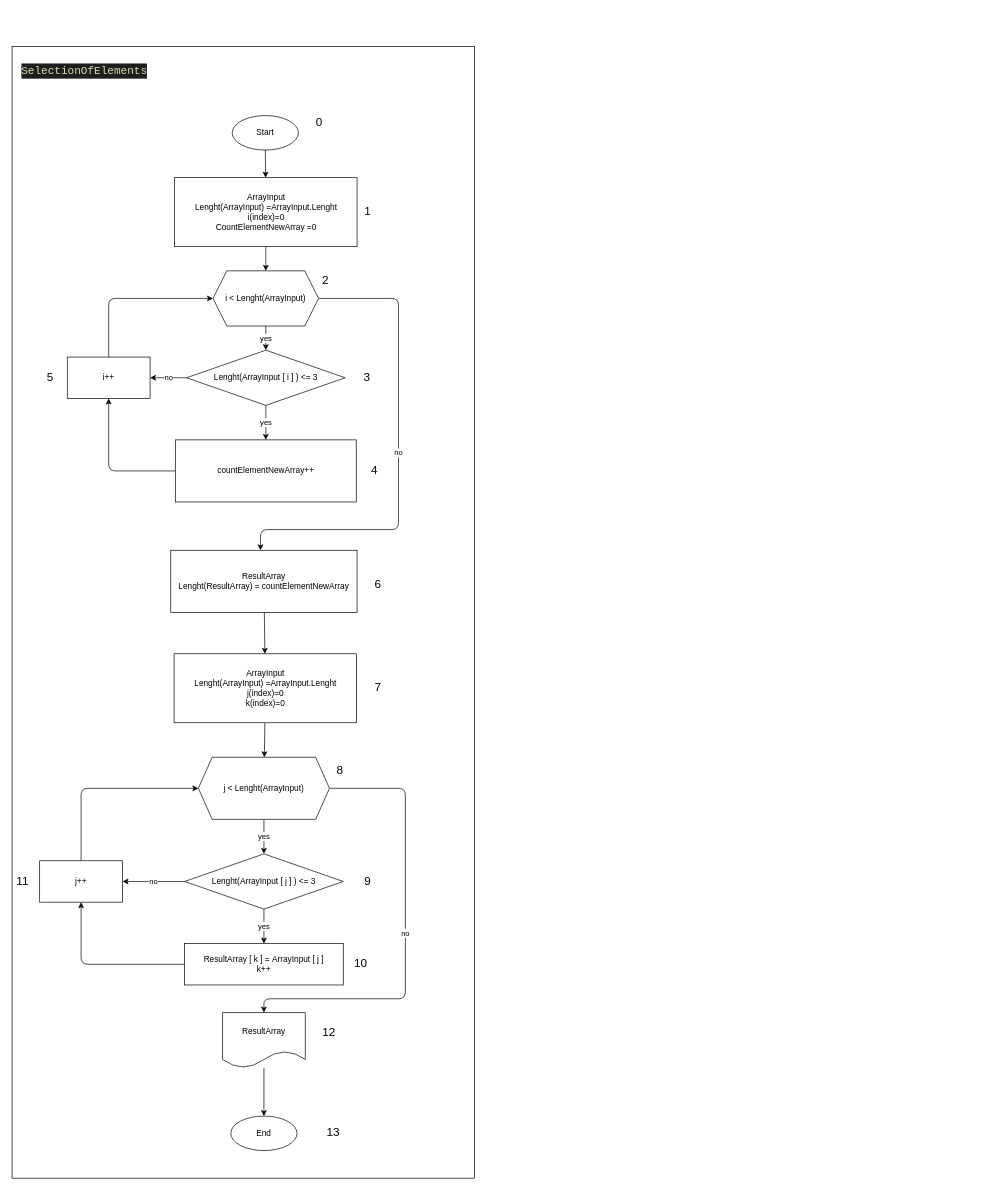
The draw.io diagram Task/al.drawio in KuroTamashiAF/Final-test-work, before the edit. Source tidied: cells renumbered, new cells numbered last; positions are measured from the earlier drawing's top-left corner, leaving out a move shared by most shapes. Both pictures are drawn from the tidied source at 69%, with x=0, y=0 at pixel (12, 46).
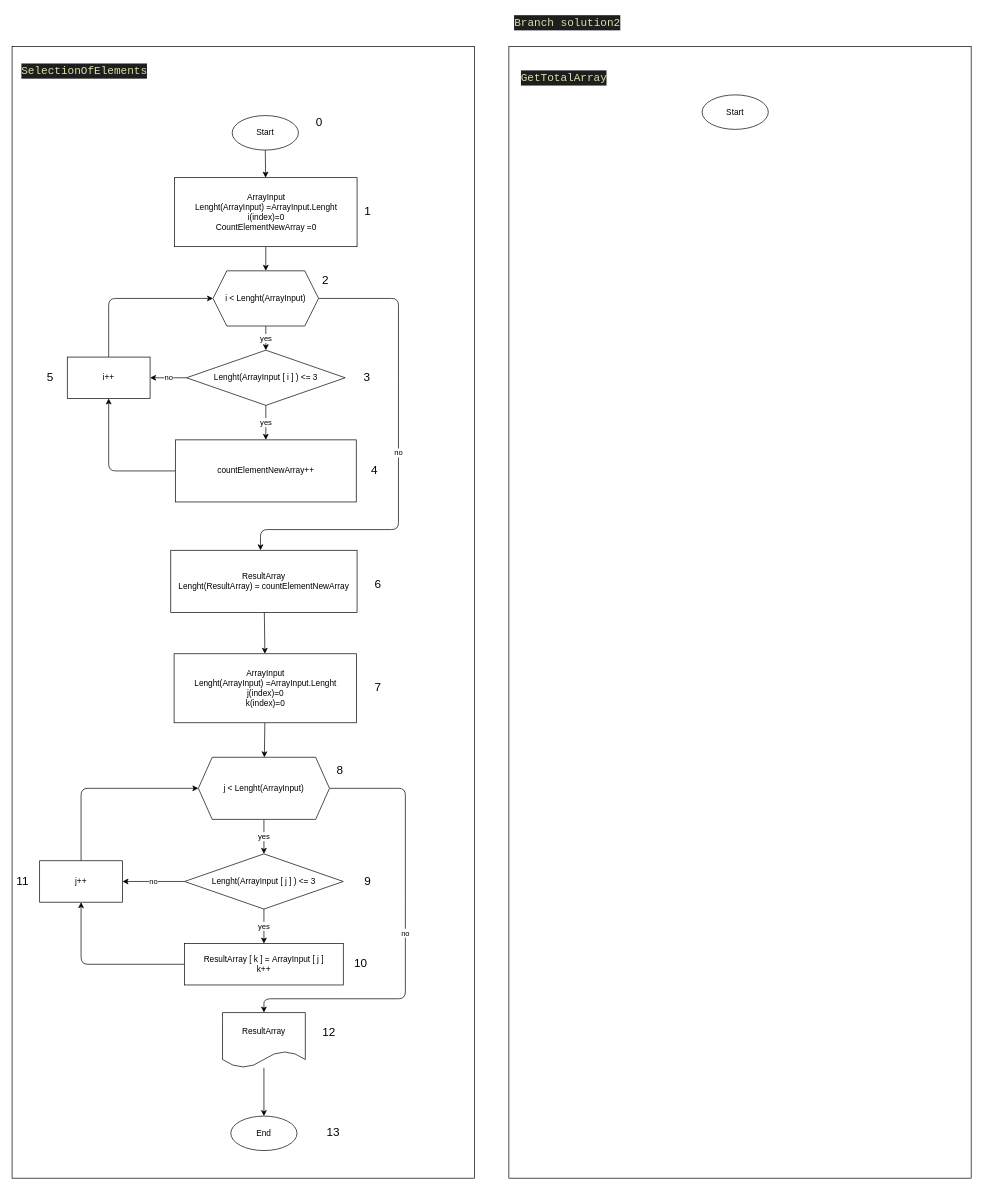
The same diagram, later.

What changed in the source:
```diff
@@
+    <mxCell id="49" style="rounded=0;whiteSpace=wrap;html=1;" parent="1" vertex="1">
+      <mxGeometry x="720" width="670" height="1640" as="geometry" />
+    </mxCell>
@@
+    <mxCell id="50" value="Start" style="ellipse;whiteSpace=wrap;html=1;" parent="1" vertex="1">
+      <mxGeometry x="1000" y="70" width="96" height="50" as="geometry" />
+    </mxCell>
+    <mxCell id="51" value="&lt;div style=&quot;color: rgb(212 , 212 , 212) ; background-color: rgb(30 , 30 , 30) ; font-family: &amp;#34;consolas&amp;#34; , &amp;#34;courier new&amp;#34; , monospace ; font-size: 16px ; line-height: 22px&quot;&gt;&lt;span style=&quot;color: #dcdcaa&quot;&gt;GetTotalArray&lt;/span&gt;&lt;/div&gt;" style="text;html=1;strokeColor=none;fillColor=none;align=center;verticalAlign=middle;whiteSpace=wrap;rounded=0;" parent="1" vertex="1">
+      <mxGeometry x="770" y="30" width="60" height="30" as="geometry" />
+    </mxCell>
+    <mxCell id="52" value="&lt;div style=&quot;background-color: rgb(30 , 30 , 30) ; font-family: &amp;#34;consolas&amp;#34; , &amp;#34;courier new&amp;#34; , monospace ; font-size: 16px ; line-height: 22px&quot;&gt;&lt;font color=&quot;#dcdcaa&quot;&gt;Branch solution2&lt;/font&gt;&lt;/div&gt;" style="text;html=1;strokeColor=none;fillColor=none;align=center;verticalAlign=middle;whiteSpace=wrap;rounded=0;" parent="1" vertex="1">
+      <mxGeometry x="720" y="-50" width="170" height="30" as="geometry" />
+    </mxCell>
```
